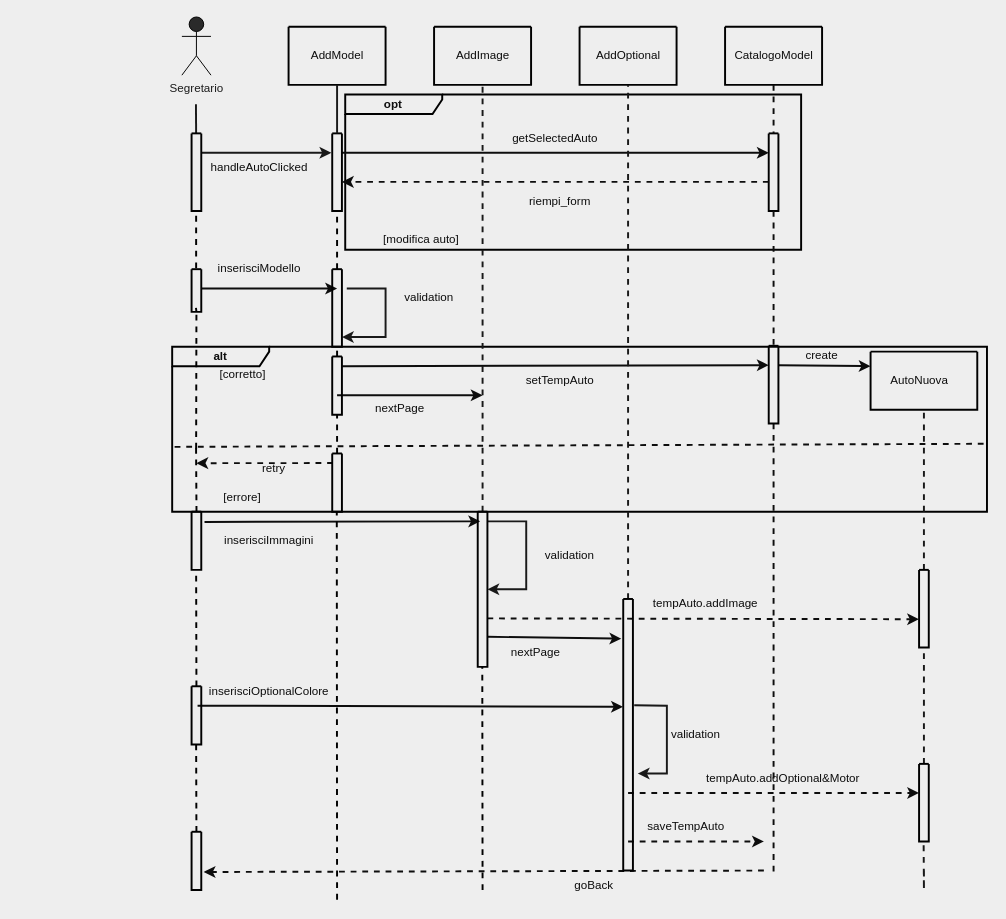
Above: doc/AddAutoSeq.drawio in 446f6e6e79/ConfiguratoreAuto (draw.io), before the change. Source tidied: cells renumbered, new cells numbered last; positions are measured from the earlier drawing's top-left corner, leaving out a move shared by most shapes. Both pictures are drawn from the tidied source at 97%, with x=0, y=0 at pixel (150, 16).
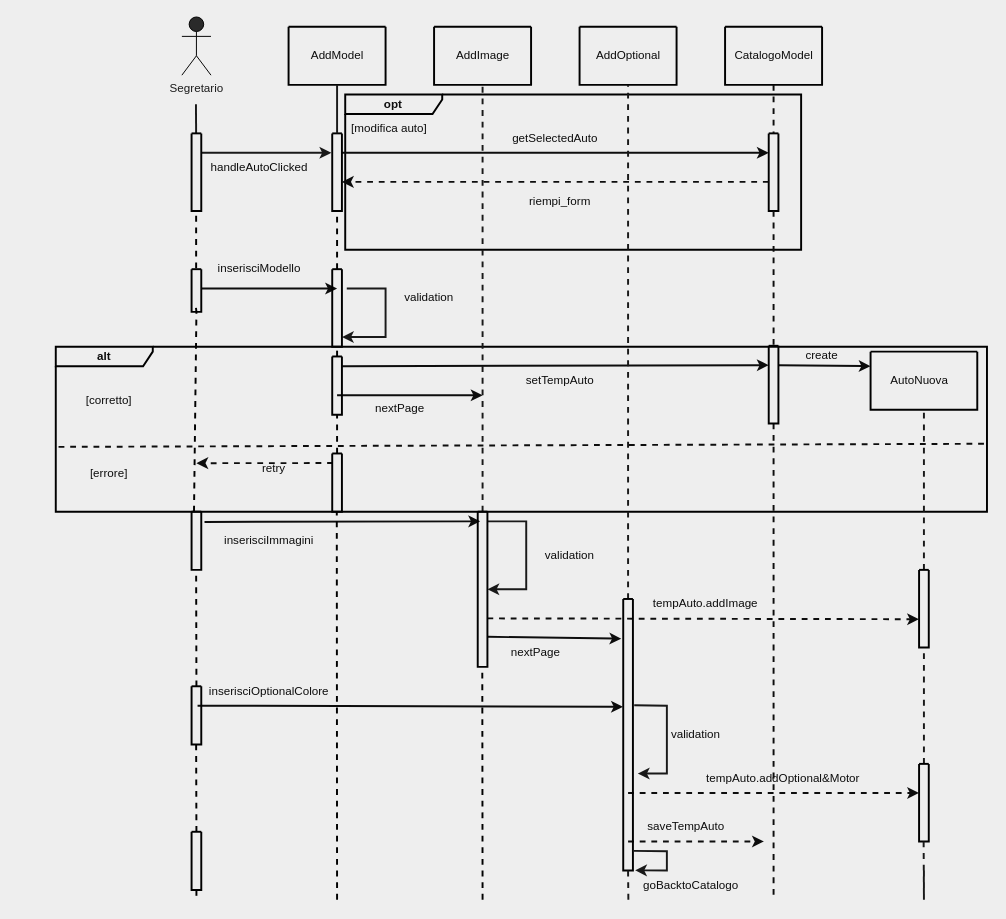
The same page after the edit.

The change refers to these unchanged cells:
```xml
<mxCell id="72" style="swimlane;startSize=0;labelBackgroundColor=none;strokeColor=#000000;strokeWidth=2;fontColor=#0D0D0D;fillColor=#2A2A2A;" parent="1" vertex="1">
  <mxGeometry x="42" y="260" width="10" height="44" as="geometry" />
</mxCell>
<mxCell id="76" style="swimlane;startSize=0;labelBackgroundColor=none;strokeColor=#000000;strokeWidth=2;fontColor=#0D0D0D;fillColor=#FFFFFF;" parent="1" vertex="1">
  <mxGeometry x="42" y="510" width="10" height="60" as="geometry" />
</mxCell>
<mxCell id="81" style="swimlane;startSize=0;labelBackgroundColor=none;strokeColor=#000000;strokeWidth=2;fontColor=#0D0D0D;fillColor=#FFFFFF;" parent="1" vertex="1">
  <mxGeometry x="42" y="840" width="10" height="60" as="geometry" />
</mxCell>
<mxCell id="84" style="swimlane;startSize=0;labelBackgroundColor=none;strokeColor=#000000;strokeWidth=2;fontColor=#0D0D0D;fillColor=#FFFFFF;" parent="1" vertex="1">
  <mxGeometry x="487" y="600" width="10" height="280" as="geometry" />
</mxCell>
<mxCell id="85" style="swimlane;startSize=0;labelBackgroundColor=none;strokeColor=#000000;strokeWidth=2;fontColor=#0D0D0D;fillColor=#2A2A2A;" parent="1" vertex="1">
  <mxGeometry x="637" y="339" width="10" height="80" as="geometry" />
</mxCell>
```

What changed in the source:
```diff
@@
     <mxCell id="2" value="&lt;b&gt;alt&lt;/b&gt;" style="shape=umlFrame;whiteSpace=wrap;html=1;labelBackgroundColor=none;strokeColor=#000000;strokeWidth=2;fontColor=#0D0D0D;fillColor=none;width=100;height=20;" parent="1" vertex="1">
-      <mxGeometry x="22" y="340" width="840" height="170" as="geometry" />
+      <mxGeometry x="-98" y="340" width="960" height="170" as="geometry" />
     </mxCell>
@@
-    <mxCell id="18" style="endArrow=none;dashed=1;html=1;rounded=0;entryX=0.5;entryY=1;entryDx=0;entryDy=0;strokeWidth=2;strokeColor=#000000;" parent="1" edge="1" target="72">
-      <mxGeometry relative="1" as="geometry">
-        <mxPoint x="46.7" y="445" as="sourcePoint" />
-      </mxGeometry>
+    <mxCell id="18" style="endArrow=none;dashed=1;html=1;rounded=0;entryX=0.5;entryY=1;entryDx=0;entryDy=0;strokeWidth=2;strokeColor=#000000;exitX=0.25;exitY=0;exitDx=0;exitDy=0;" parent="1" edge="1" source="76" target="72">
+      <mxGeometry relative="1" as="geometry" />
     </mxCell>
-    <mxCell id="19" style="endArrow=none;dashed=1;html=1;rounded=0;entryX=0.5;entryY=1;entryDx=0;entryDy=0;exitX=0.173;exitY=1.008;exitDx=0;exitDy=0;strokeWidth=2;strokeColor=#000000;startArrow=none;exitPerimeter=0;" parent="1" edge="1" source="59">
-      <mxGeometry relative="1" as="geometry">
-        <mxPoint x="46.6" y="440" as="targetPoint" />
-      </mxGeometry>
-    </mxCell>
@@
     <mxCell id="23" style="edgeStyle=orthogonalEdgeStyle;rounded=0;jettySize=auto;html=1;strokeColor=#0D0D0D;endArrow=none;endFill=0;dashed=1;strokeWidth=2;startArrow=none;" parent="1" edge="1" source="85">
       <mxGeometry relative="1" as="geometry">
-        <mxPoint x="642" y="886.9" as="targetPoint" />
+        <mxPoint x="642" y="910" as="targetPoint" />
       </mxGeometry>
     </mxCell>
@@
     <mxCell id="59" value="[errore]" style="text;html=1;strokeColor=none;fillColor=none;align=center;verticalAlign=middle;whiteSpace=wrap;rounded=0;labelBackgroundColor=none;strokeWidth=2;fontColor=#0D0D0D;" parent="1" vertex="1">
-      <mxGeometry x="22" y="481" width="145" height="29" as="geometry" />
+      <mxGeometry x="-76.8" y="470" width="67.5" as="geometry" />
     </mxCell>
@@
     <mxCell id="62" value="[corretto]" style="text;html=1;strokeColor=none;fillColor=none;align=center;verticalAlign=middle;whiteSpace=wrap;rounded=0;labelBackgroundColor=none;strokeWidth=2;fontColor=#0D0D0D;" parent="1" vertex="1">
-      <mxGeometry x="-0.5" y="345" width="190" height="48" as="geometry" />
+      <mxGeometry x="-138" y="371" width="190" height="48" as="geometry" />
     </mxCell>
@@
-    <mxCell id="65" style="endArrow=classic;html=1;rounded=0;dashed=1;strokeColor=#0D0D0D;strokeWidth=2;entryX=1.244;entryY=0.691;entryDx=0;entryDy=0;entryPerimeter=0;" parent="1" edge="1" target="81">
-      <mxGeometry relative="1" as="geometry">
-        <mxPoint x="632" y="880" as="sourcePoint" />
-      </mxGeometry>
-    </mxCell>
-    <mxCell id="66" value="goBack" style="text;html=1;strokeColor=none;fillColor=none;align=center;verticalAlign=middle;whiteSpace=wrap;rounded=0;labelBackgroundColor=none;strokeWidth=2;fontColor=#0D0D0D;" parent="1" vertex="1">
-      <mxGeometry x="397" y="880" width="120" height="30" as="geometry" />
+    <mxCell id="66" value="goBacktoCatalogo" style="text;html=1;strokeColor=none;fillColor=none;align=center;verticalAlign=middle;whiteSpace=wrap;rounded=0;labelBackgroundColor=none;strokeWidth=2;fontColor=#0D0D0D;" parent="1" vertex="1">
+      <mxGeometry x="497" y="880" width="120" height="30" as="geometry" />
     </mxCell>
@@
     <mxCell id="68" value="[modifica auto]" style="text;html=1;strokeColor=none;fillColor=none;align=center;verticalAlign=middle;whiteSpace=wrap;rounded=0;labelBackgroundColor=none;strokeWidth=2;fontColor=#0D0D0D;" parent="1" vertex="1">
-      <mxGeometry x="219.5" y="214" width="117.5" height="30" as="geometry" />
+      <mxGeometry x="187" y="100" width="117.5" height="30" as="geometry" />
     </mxCell>
@@
     <mxCell id="82" style="endArrow=none;dashed=1;html=1;rounded=0;entryX=0.5;entryY=1;entryDx=0;entryDy=0;strokeWidth=2;strokeColor=#000000;startArrow=none;" parent="1" edge="1">
       <mxGeometry relative="1" as="geometry">
-        <mxPoint x="342" y="900" as="sourcePoint" />
+        <mxPoint x="342" y="910" as="sourcePoint" />
         <mxPoint x="341.7" y="670" as="targetPoint" />
       </mxGeometry>
     </mxCell>
@@
     <mxCell id="91" style="endArrow=none;html=1;rounded=0;fontColor=#0D0D0D;strokeColor=#191919;strokeWidth=2;dashed=1;entryX=0.5;entryY=1;entryDx=0;entryDy=0;" parent="1" edge="1">
       <mxGeometry relative="1" as="geometry">
         <mxPoint x="797" y="880" as="sourcePoint" />
         <mxPoint x="796.7" y="850" as="targetPoint" />
         <Array as="points">
-          <mxPoint x="797" y="900" />
+          <mxPoint x="797" y="910" />
         </Array>
       </mxGeometry>
     </mxCell>
+    <mxCell id="92" style="endArrow=classic;html=1;rounded=0;strokeColor=#191919;strokeWidth=2;fontColor=#0D0D0D;exitX=1.133;exitY=0.391;exitDx=0;exitDy=0;exitPerimeter=0;entryX=1.229;entryY=0.999;entryDx=0;entryDy=0;entryPerimeter=0;" parent="1" edge="1" target="84">
+      <mxGeometry relative="1" as="geometry">
+        <mxPoint x="497" y="859.7" as="sourcePoint" />
+        <Array as="points">
+          <mxPoint x="532" y="860" />
+          <mxPoint x="532" y="880" />
+        </Array>
+      </mxGeometry>
+    </mxCell>
+    <mxCell id="93" style="endArrow=none;html=1;rounded=0;fontColor=#0D0D0D;strokeColor=#191919;strokeWidth=2;dashed=1;entryX=0.5;entryY=1;entryDx=0;entryDy=0;" parent="1" edge="1">
+      <mxGeometry relative="1" as="geometry">
+        <mxPoint x="492.3" y="910" as="sourcePoint" />
+        <mxPoint x="492" y="880" as="targetPoint" />
+      </mxGeometry>
+    </mxCell>
+    <mxCell id="94" style="endArrow=none;dashed=1;html=1;rounded=0;strokeWidth=2;strokeColor=#000000;startArrow=none;exitX=0.5;exitY=1;exitDx=0;exitDy=0;" parent="1" edge="1" source="81">
+      <mxGeometry relative="1" as="geometry">
+        <mxPoint x="47" y="910" as="targetPoint" />
+      </mxGeometry>
+    </mxCell>
```
